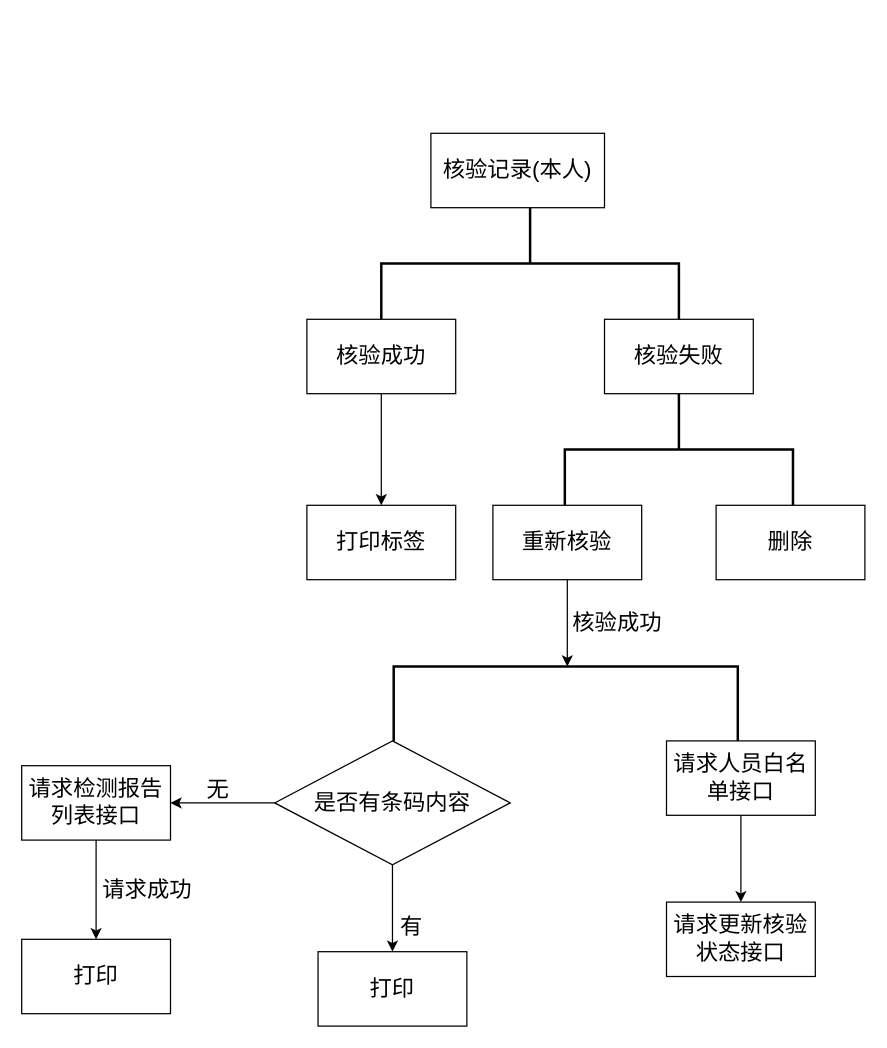
Above: page "核验记录(本人)" (4 of 5) of 广纳达康吸毒检测管理APP软件结构图.drawio in lliecho/test (draw.io), before the change. Source tidied: cells renumbered, new cells numbered last; positions are measured from the earlier drawing's top-left corner, leaving out a move shared by most shapes. Both pictures are drawn from the tidied source at 124%, with x=0, y=0 at pixel (21, 133).
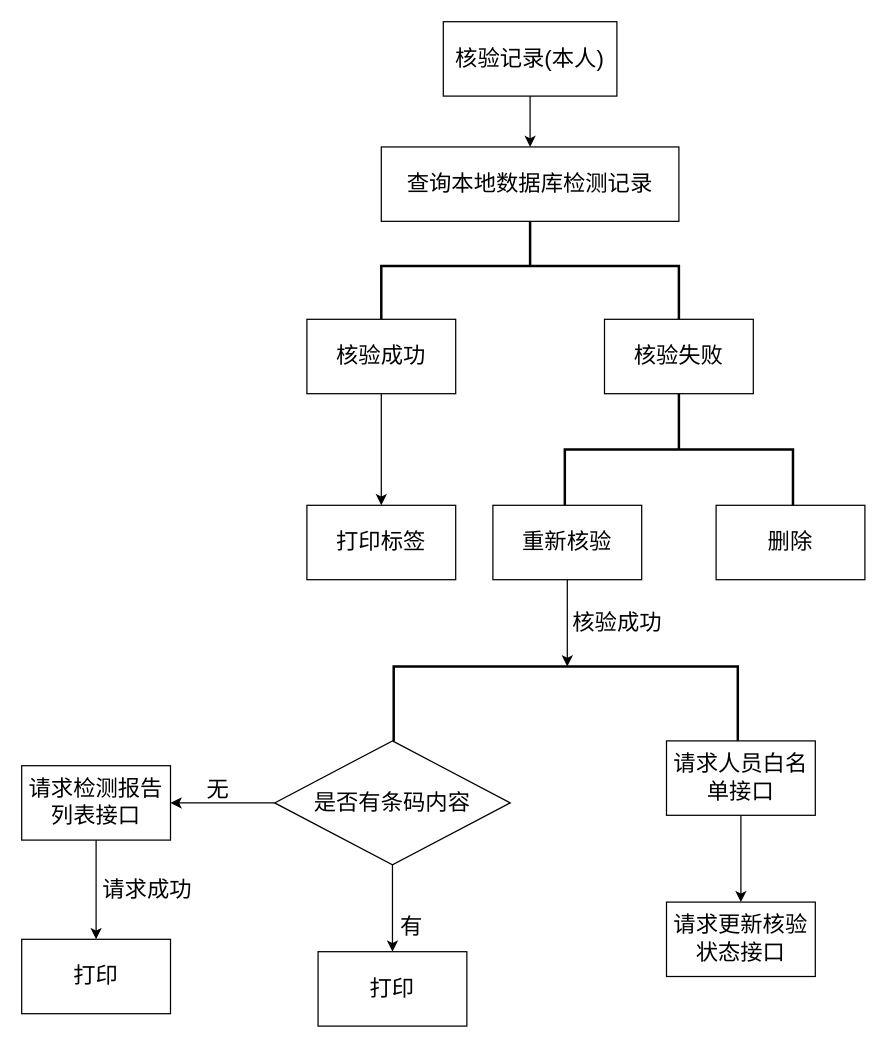
Above is the later version.

The edit, as a diff of the source:
```diff
@@
+    <mxCell id="27" style="edgeStyle=orthogonalEdgeStyle;rounded=0;jettySize=auto;html=1;" parent="1" edge="1" source="2" target="28">
+      <mxGeometry relative="1" as="geometry" />
+    </mxCell>
     <mxCell id="2" value="核验记录(本人)" style="rounded=0;whiteSpace=wrap;html=1;fontSize=18;" parent="1" vertex="1">
-      <mxGeometry x="330" width="140" height="60" as="geometry" />
+      <mxGeometry x="340" y="-90" width="140" height="60" as="geometry" />
     </mxCell>
     <mxCell id="3" style="strokeWidth=2;html=1;shape=mxgraph.flowchart.annotation_2;align=left;labelPosition=right;fontSize=18;direction=south;" parent="1" vertex="1">
-      <mxGeometry x="290" y="60" width="240" height="90" as="geometry" />
+      <mxGeometry x="290" y="62" width="240" height="90" as="geometry" />
     </mxCell>
@@
+    <mxCell id="28" value="查询本地数据库检测记录" style="whiteSpace=wrap;html=1;fontSize=18;" parent="1" vertex="1">
+      <mxGeometry x="290" y="11" width="240" height="60" as="geometry" />
+    </mxCell>
```
